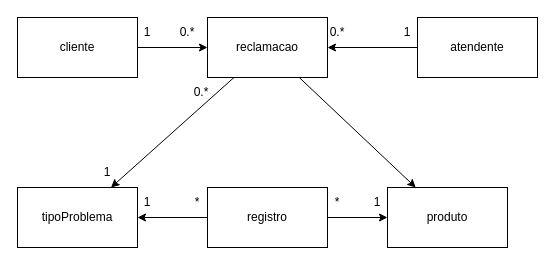
Earlier version of the draw.io diagram l2_ex5/index.drawio (JxVtrl/banco_de_dados). Source tidied: cells renumbered, new cells numbered last; positions are measured from the earlier drawing's top-left corner, leaving out a move shared by most shapes. Both pictures are drawn from the tidied source at 100%, with x=0, y=0 at pixel (17, 17).
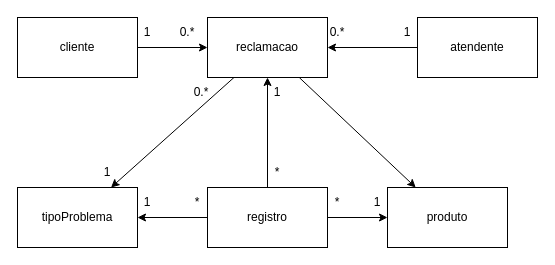
After the change.

Commit message:
update do modelo conceitual da resolução

The change refers to these unchanged cells:
```xml
<mxCell id="6" value="reclamacao" style="whiteSpace=wrap;html=1;" parent="1" vertex="1">
  <mxGeometry x="190" width="120" height="60" as="geometry" />
</mxCell>
<mxCell id="19" value="registro" style="whiteSpace=wrap;html=1;" parent="1" vertex="1">
  <mxGeometry x="190" y="170" width="120" height="60" as="geometry" />
</mxCell>
```

Change to the diagram source:
```diff
@@
+    <mxCell id="24" style="edgeStyle=none;html=1;entryX=0.5;entryY=1;entryDx=0;entryDy=0;" parent="1" edge="1" source="19" target="6">
+      <mxGeometry relative="1" as="geometry" />
+    </mxCell>
@@
+    <mxCell id="25" value="1" style="text;strokeColor=none;align=center;fillColor=none;html=1;verticalAlign=middle;whiteSpace=wrap;rounded=0;" parent="1" vertex="1">
+      <mxGeometry x="230" y="60" width="60" height="30" as="geometry" />
+    </mxCell>
+    <mxCell id="26" value="*" style="text;strokeColor=none;align=center;fillColor=none;html=1;verticalAlign=middle;whiteSpace=wrap;rounded=0;" parent="1" vertex="1">
+      <mxGeometry x="230" y="140" width="60" height="30" as="geometry" />
+    </mxCell>
```
